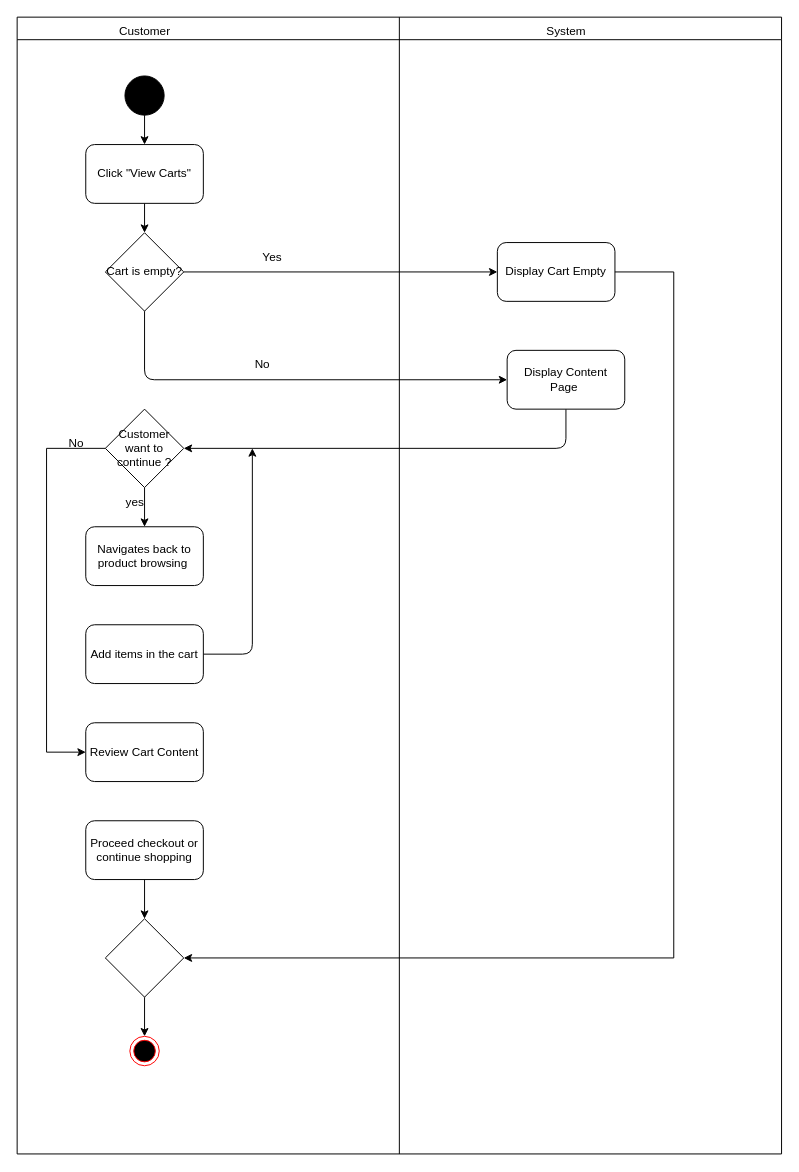
The draw.io diagram proposal/submission/sec02/Allen/UC006/activity diagram.drawio in drshahizan/software-engineering, before the edit. Source tidied: cells renumbered, new cells numbered last; positions are measured from the earlier drawing's top-left corner, leaving out a move shared by most shapes. Both pictures are drawn from the tidied source at 98%, with x=0, y=0 at pixel (17, 17).
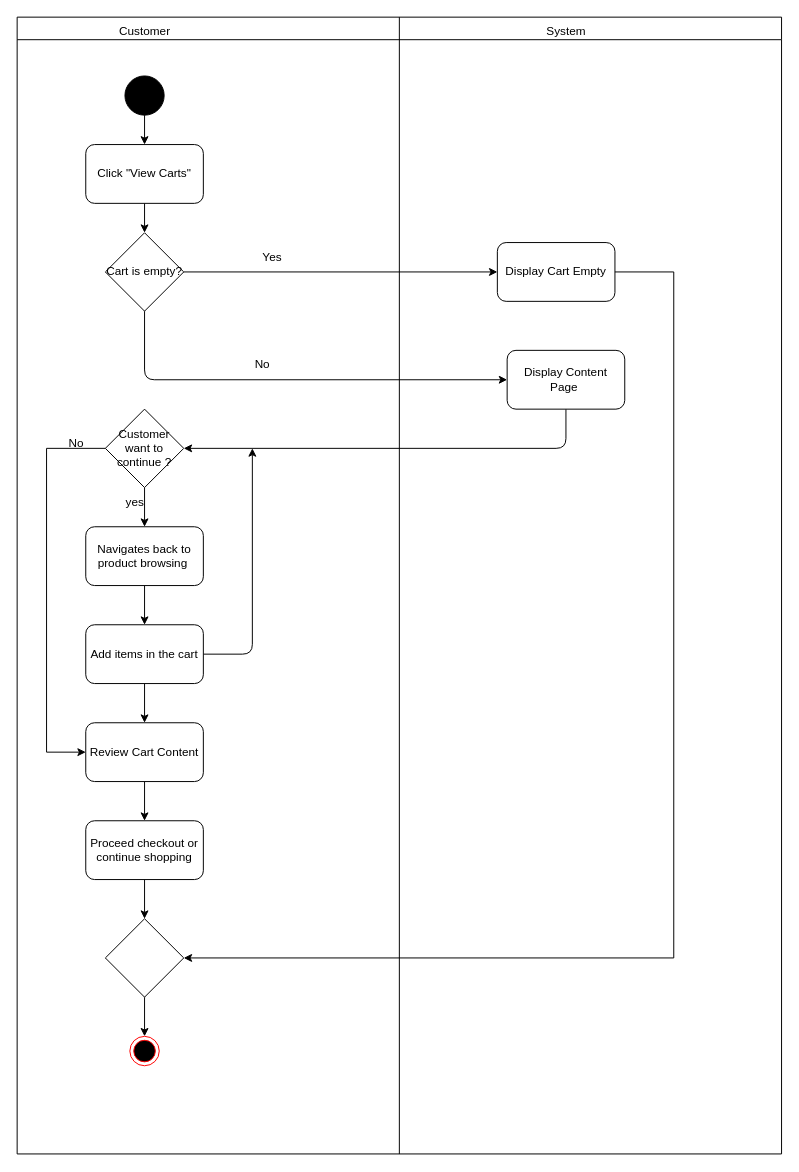
The same page after the edit.

The change refers to these unchanged cells:
```xml
<mxCell id="2" value="&amp;nbsp;" style="swimlane;whiteSpace=wrap;html=1;" parent="1" vertex="1">
  <mxGeometry width="780" height="1160" as="geometry" />
</mxCell>
<mxCell id="19" value="Navigates back to product browsing&amp;nbsp;" style="rounded=1;whiteSpace=wrap;html=1;" parent="2" vertex="1">
  <mxGeometry x="70" y="520" width="120" height="60" as="geometry" />
</mxCell>
<mxCell id="21" value="Add items in the cart" style="rounded=1;whiteSpace=wrap;html=1;" parent="2" vertex="1">
  <mxGeometry x="70" y="620" width="120" height="60" as="geometry" />
</mxCell>
<mxCell id="23" value="Review Cart Content" style="rounded=1;whiteSpace=wrap;html=1;" parent="2" vertex="1">
  <mxGeometry x="70" y="720" width="120" height="60" as="geometry" />
</mxCell>
<mxCell id="27" value="Proceed checkout or continue shopping" style="rounded=1;whiteSpace=wrap;html=1;" parent="2" vertex="1">
  <mxGeometry x="70" y="820" width="120" height="60" as="geometry" />
</mxCell>
```

What changed in the source:
```diff
@@
+    <mxCell id="38" style="edgeStyle=none;html=1;entryX=0.5;entryY=0;entryDx=0;entryDy=0;" parent="2" edge="1" source="19" target="21">
+      <mxGeometry relative="1" as="geometry" />
+    </mxCell>
@@
+    <mxCell id="39" style="edgeStyle=none;html=1;" parent="2" edge="1" source="21" target="23">
+      <mxGeometry relative="1" as="geometry" />
+    </mxCell>
@@
+    <mxCell id="40" style="edgeStyle=none;html=1;entryX=0.5;entryY=0;entryDx=0;entryDy=0;" parent="2" edge="1" source="23" target="27">
+      <mxGeometry relative="1" as="geometry" />
+    </mxCell>
```
